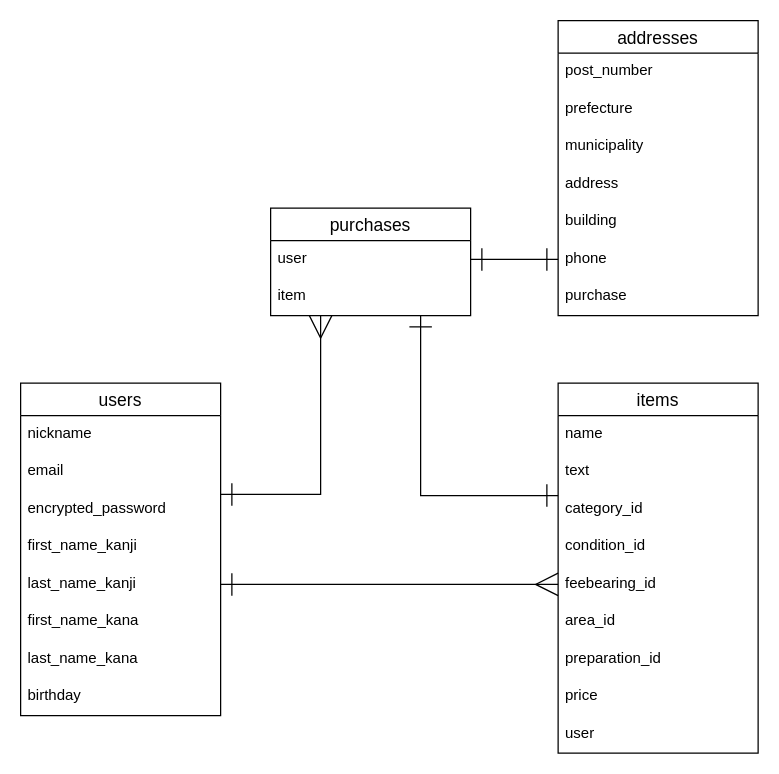
Before: ER.dio in kazu1080601/furima-32572, a draw.io diagram. Source tidied: cells renumbered, new cells numbered last; positions are measured from the earlier drawing's top-left corner, leaving out a move shared by most shapes. Both pictures are drawn from the tidied source at 125%, with x=0, y=0 at pixel (20, 20).
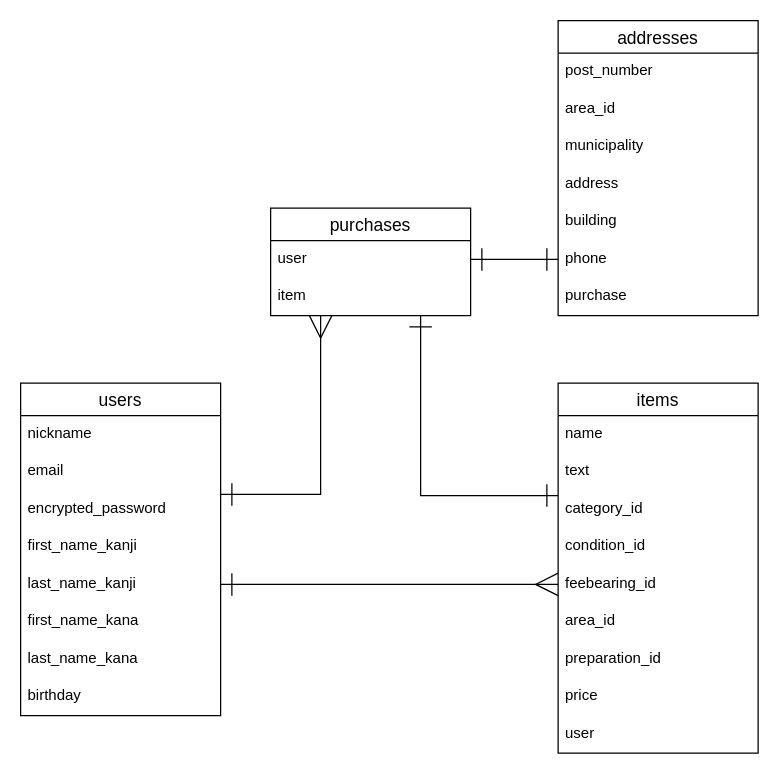
Above is the later version.

Commit message (it also covers changes not shown here):
addressesテーブルの「prefecture」を「area_id」に修正（ActiveHashを使用するため）

Unchanged cells that the change refers to:
```xml
<mxCell id="24" value="addresses" style="swimlane;fontStyle=0;horizontal=1;startSize=26;align=center;fontSize=14;" parent="1" vertex="1">
  <mxGeometry x="430" width="160" height="236" as="geometry" />
</mxCell>
```

Diff of the diagram source:
```diff
@@
-    <mxCell id="26" value="prefecture" style="text;strokeColor=none;fillColor=none;spacingLeft=4;spacingRight=4;overflow=hidden;fontSize=12;" parent="24" vertex="1">
+    <mxCell id="26" value="area_id" style="text;strokeColor=none;fillColor=none;spacingLeft=4;spacingRight=4;overflow=hidden;fontSize=12;" parent="24" vertex="1">
       <mxGeometry y="56" width="160" height="30" as="geometry" />
     </mxCell>
```
